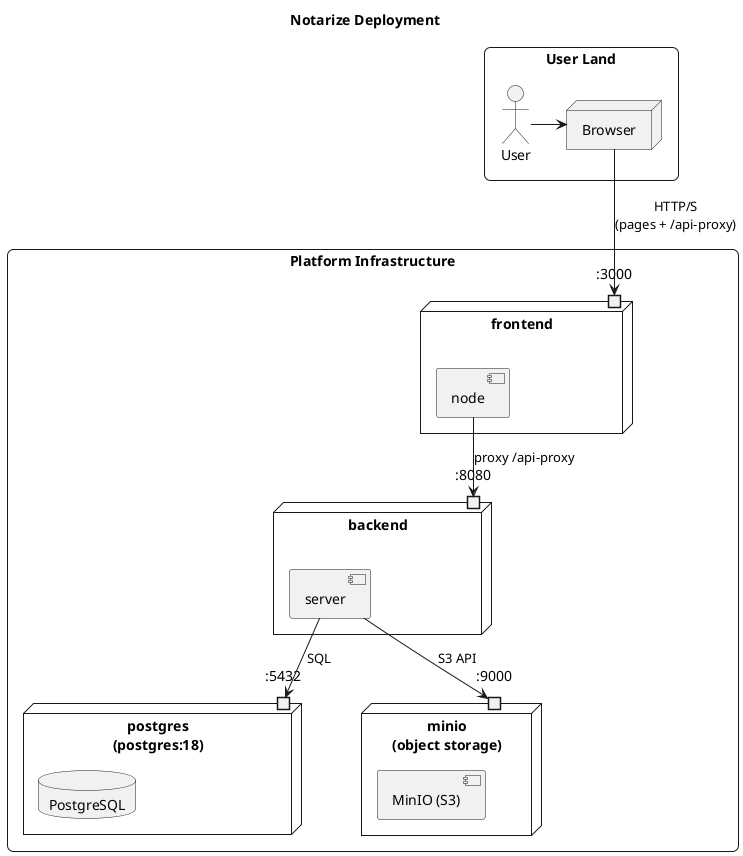
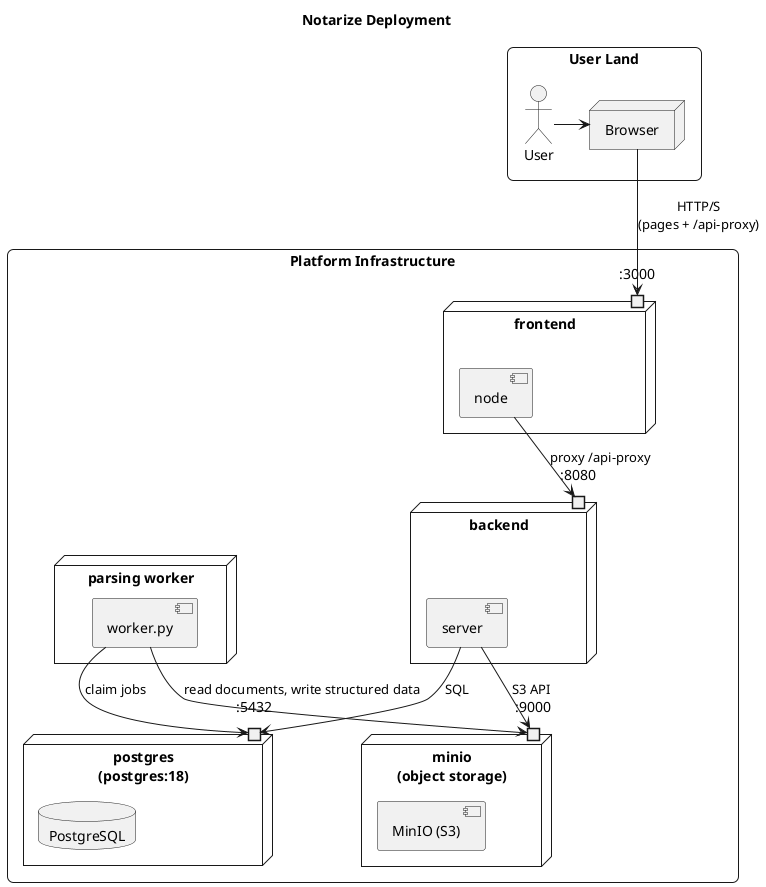
@startuml notarize-deployment
title Notarize Deployment

skinparam componentStyle uml2
skinparam rectangle {
  roundCorner 12
}

rectangle "User Land" {
  actor User
  node "Browser" as browser
  User -right-> browser
}

rectangle "Platform Infrastructure" {

  node "frontend" as frontend {
    component "node" as fe
    portin ":3000" as fePort
  }

  node "backend" as backend {
    component "server" as be
    portin ":8080" as bePort
  }

  node "postgres\n(postgres:18)" as postgres {
    database "PostgreSQL" as pg
    portin ":5432" as pgPort
  }

  node "minio\n(object storage)" as minio {
    component "MinIO (S3)" as mio
    portin ":9000" as mioPort
  }

+   node "parsing worker" as worker {
+     component "worker.py" as wk
+   }
+ 

  fe --> bePort : "proxy /api-proxy"
  be --> pgPort : "SQL"
  be --> mioPort : "S3 API"
+   wk --> pgPort : "claim jobs"
+   wk --> mioPort : "read documents, write structured data"
}

browser --> fePort : "HTTP/S\n(pages + /api-proxy)"

@enduml
